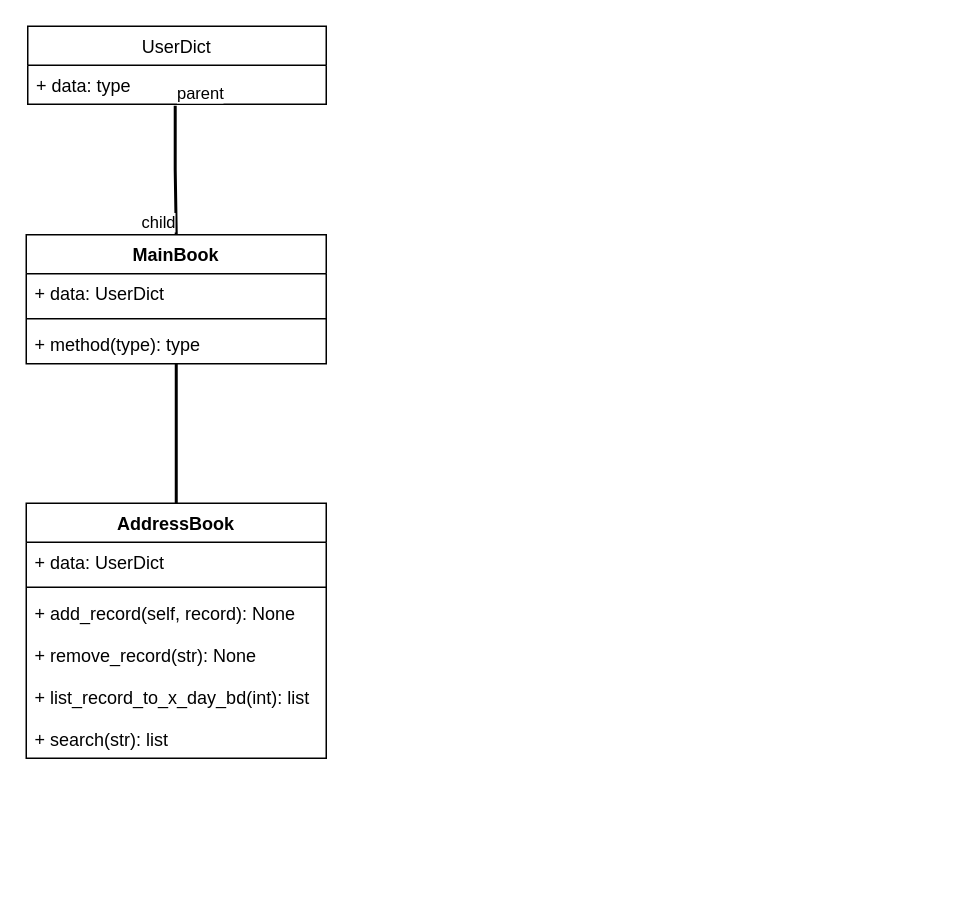
Earlier version of the draw.io diagram Діаграма без назви.drawio (last-war/Home_work_webpython_01). Source tidied: cells renumbered, new cells numbered last; positions are measured from the earlier drawing's top-left corner, leaving out a move shared by most shapes. Both pictures are drawn from the tidied source at 150%, with x=0, y=0 at pixel (26, 26).
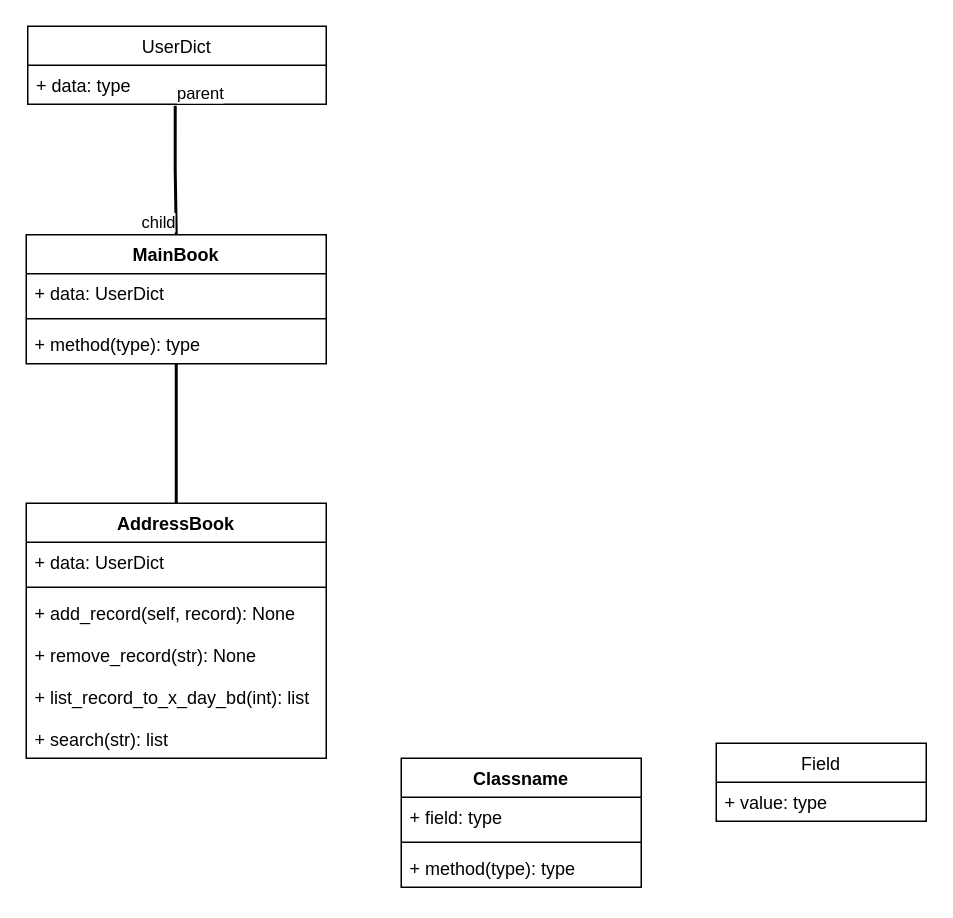
After the change.

What changed in the source:
```diff
@@
+    <mxCell id="16" value="Field" style="swimlane;fontStyle=0;horizontal=1;startSize=26;fillColor=none;strokeColor=default;" parent="1" vertex="1">
+      <mxGeometry x="460" y="478" width="140" height="52" as="geometry" />
+    </mxCell>
+    <mxCell id="17" value="+ value: type" style="text;strokeColor=none;fillColor=none;align=left;verticalAlign=top;spacingLeft=4;spacingRight=4;overflow=hidden;" parent="16" vertex="1">
+      <mxGeometry y="26" width="140" height="26" as="geometry" />
+    </mxCell>
+    <mxCell id="18" value="Classname" style="swimlane;fontStyle=1;align=center;verticalAlign=top;horizontal=1;startSize=26;strokeColor=default;" parent="1" vertex="1">
+      <mxGeometry x="250" y="488" width="160" height="86" as="geometry" />
+    </mxCell>
+    <mxCell id="19" value="+ field: type" style="text;strokeColor=none;fillColor=none;align=left;verticalAlign=top;spacingLeft=4;spacingRight=4;overflow=hidden;" parent="18" vertex="1">
+      <mxGeometry y="26" width="160" height="26" as="geometry" />
+    </mxCell>
+    <mxCell id="20" style="line;strokeWidth=1;fillColor=none;align=left;verticalAlign=middle;spacingTop=-1;spacingLeft=3;spacingRight=3;labelPosition=right;strokeColor=inherit;" parent="18" vertex="1">
+      <mxGeometry y="52" width="160" height="8" as="geometry" />
+    </mxCell>
+    <mxCell id="21" value="+ method(type): type" style="text;strokeColor=none;fillColor=none;align=left;verticalAlign=top;spacingLeft=4;spacingRight=4;overflow=hidden;" parent="18" vertex="1">
+      <mxGeometry y="60" width="160" height="26" as="geometry" />
+    </mxCell>
```
